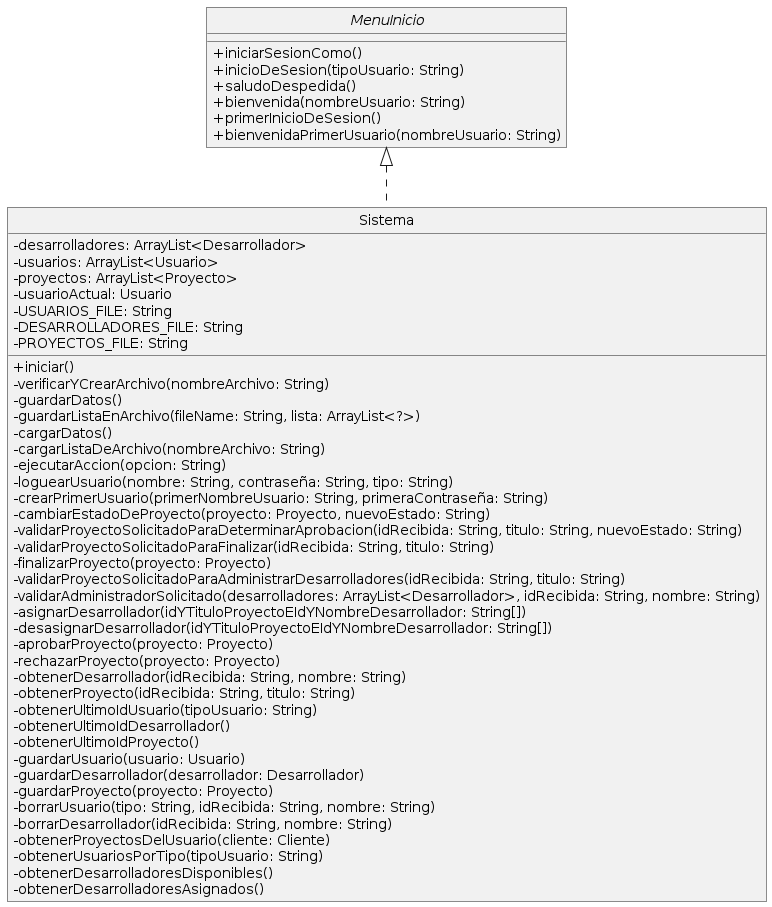
This is Diagramas/Diagrama de clases/Implementacion de los menues/MenuInicio/implementacion del MenuIncio.png from GuidoEstebanDaloisio/SoftDev-ProyectoUTN, a PlantUML export, as it was before one commit. Source of this version:
```plantuml
@startuml
hide circle
skinparam monochrome true
skinparam classAttributeIconSize 0
skinparam roundcorner 0
skinparam background color transparent
skinparam shadowing false


interface MenuInicio{
  +iniciarSesionComo()
  +inicioDeSesion(tipoUsuario: String)
  +saludoDespedida()
  +bienvenida(nombreUsuario: String)
  +primerInicioDeSesion()
  +bienvenidaPrimerUsuario(nombreUsuario: String)
}

Class Sistema {
  -desarrolladores: ArrayList<Desarrollador>
  -usuarios: ArrayList<Usuario>
  -proyectos: ArrayList<Proyecto>
  -usuarioActual: Usuario
  -USUARIOS_FILE: String
  -DESARROLLADORES_FILE: String
  -PROYECTOS_FILE: String

  +iniciar()
  -verificarYCrearArchivo(nombreArchivo: String)
  -guardarDatos()
  -guardarListaEnArchivo(fileName: String, lista: ArrayList<?>)
  -cargarDatos()
  -cargarListaDeArchivo(nombreArchivo: String)
  -ejecutarAccion(opcion: String)
  -loguearUsuario(nombre: String, contraseña: String, tipo: String)
  -crearPrimerUsuario(primerNombreUsuario: String, primeraContraseña: String)
  -cambiarEstadoDeProyecto(proyecto: Proyecto, nuevoEstado: String)
  -validarProyectoSolicitadoParaDeterminarAprobacion(idRecibida: String, titulo: String, nuevoEstado: String)
  -validarProyectoSolicitadoParaFinalizar(idRecibida: String, titulo: String)
  -finalizarProyecto(proyecto: Proyecto)
  -validarProyectoSolicitadoParaAdministrarDesarrolladores(idRecibida: String, titulo: String)
  -validarAdministradorSolicitado(desarrolladores: ArrayList<Desarrollador>, idRecibida: String, nombre: String)
  -asignarDesarrollador(idYTituloProyectoEIdYNombreDesarrollador: String[])
  -desasignarDesarrollador(idYTituloProyectoEIdYNombreDesarrollador: String[])
  -aprobarProyecto(proyecto: Proyecto)
  -rechazarProyecto(proyecto: Proyecto)
  -obtenerDesarrollador(idRecibida: String, nombre: String)
  -obtenerProyecto(idRecibida: String, titulo: String)
  -obtenerUltimoIdUsuario(tipoUsuario: String)
  -obtenerUltimoIdDesarrollador()
  -obtenerUltimoIdProyecto()
  -guardarUsuario(usuario: Usuario)
  -guardarDesarrollador(desarrollador: Desarrollador)
  -guardarProyecto(proyecto: Proyecto)
  -borrarUsuario(tipo: String, idRecibida: String, nombre: String)
  -borrarDesarrollador(idRecibida: String, nombre: String)
  -obtenerProyectosDelUsuario(cliente: Cliente)
  -obtenerUsuariosPorTipo(tipoUsuario: String)
  -obtenerDesarrolladoresDisponibles()
  -obtenerDesarrolladoresAsignados()
}



MenuInicio <|..   Sistema
@enduml
```
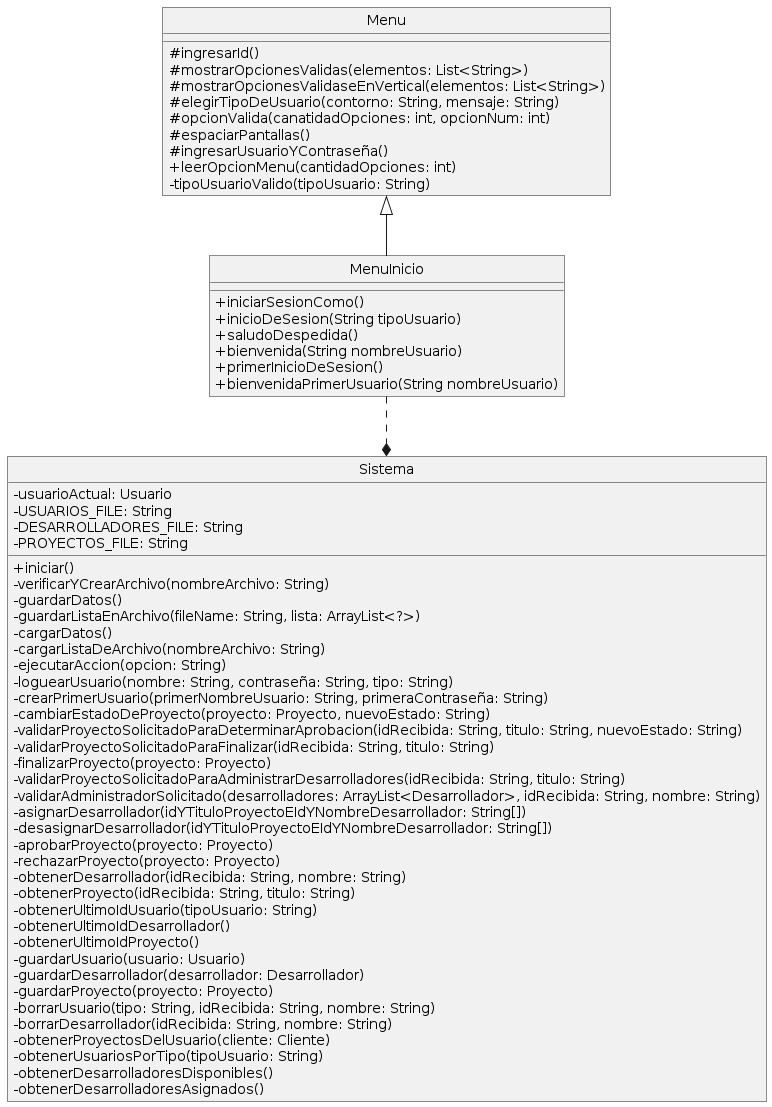
Later version of the same file.

Change to the diagram source:
```diff
@@ -7,19 +7,28 @@
 skinparam shadowing false
 
 
-interface MenuInicio{
+class Menu{
+  #ingresarId()
+  #mostrarOpcionesValidas(elementos: List<String>)
+  #mostrarOpcionesValidaseEnVertical(elementos: List<String>)
+  #elegirTipoDeUsuario(contorno: String, mensaje: String)
+  #opcionValida(canatidadOpciones: int, opcionNum: int)
+  #espaciarPantallas()
+  #ingresarUsuarioYContraseña()
+  +leerOpcionMenu(cantidadOpciones: int)
+  -tipoUsuarioValido(tipoUsuario: String)
+}
+
+class MenuInicio{
   +iniciarSesionComo()
-  +inicioDeSesion(tipoUsuario: String)
+  +inicioDeSesion(String tipoUsuario)
   +saludoDespedida()
-  +bienvenida(nombreUsuario: String)
+  +bienvenida(String nombreUsuario)
   +primerInicioDeSesion()
-  +bienvenidaPrimerUsuario(nombreUsuario: String)
+  +bienvenidaPrimerUsuario(String nombreUsuario)
 }
 
 Class Sistema {
-  -desarrolladores: ArrayList<Desarrollador>
-  -usuarios: ArrayList<Usuario>
-  -proyectos: ArrayList<Proyecto>
   -usuarioActual: Usuario
   -USUARIOS_FILE: String
   -DESARROLLADORES_FILE: String
@@ -61,6 +70,6 @@
 }
 
 
-
-MenuInicio <|..   Sistema
+Menu  <|--  MenuInicio
+MenuInicio  ..*  Sistema
 @enduml
```
